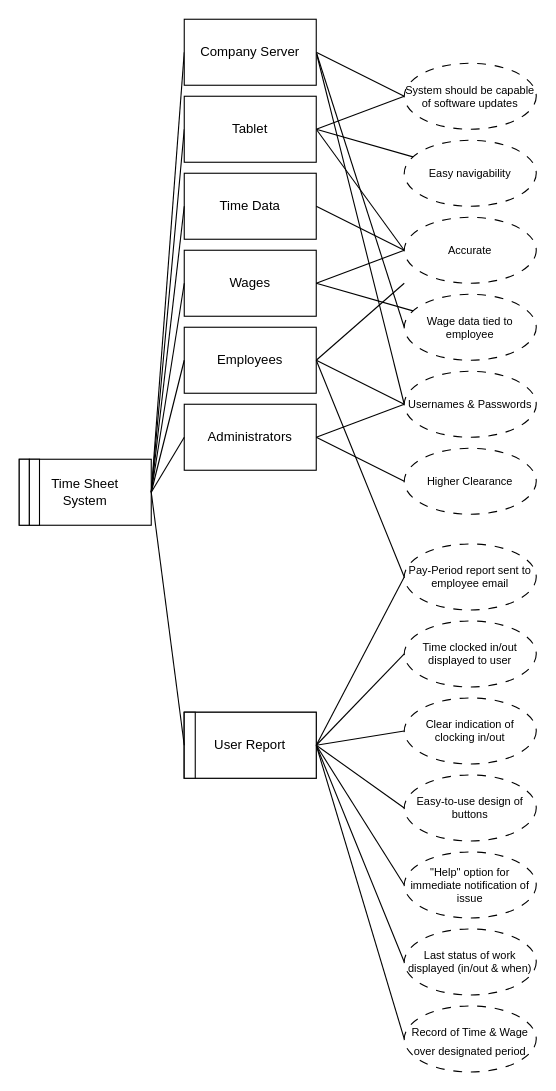
Above: Assignments/Problem Frame/Problem Frame.drawio in alexpeters25/CYBR-404 (draw.io), before the change. Source tidied: cells renumbered, new cells numbered last; positions are measured from the earlier drawing's top-left corner, leaving out a move shared by most shapes. Both pictures are drawn from the tidied source at 110%, with x=0, y=0 at pixel (19, 19).
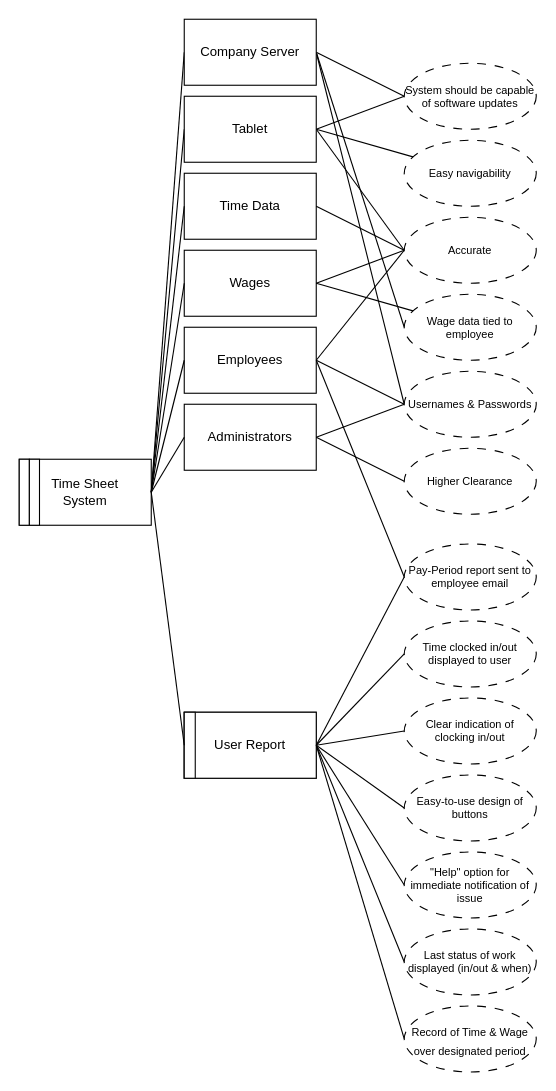
The same page after the edit.

Unchanged cells that the change refers to:
```xml
<mxCell id="10" value="Employees" style="rounded=0;whiteSpace=wrap;html=1;strokeColor=default;" parent="1" vertex="1">
  <mxGeometry x="150" y="280" width="120" height="60" as="geometry" />
</mxCell>
<mxCell id="38" value="Accurate" style="ellipse;whiteSpace=wrap;html=1;dashed=1;dashPattern=8 8;fontSize=10;strokeColor=default;" parent="1" vertex="1">
  <mxGeometry x="350" y="180" width="120" height="60" as="geometry" />
</mxCell>
```

Diff of the diagram source:
```diff
@@
-    <mxCell id="32" style="edgeStyle=none;shape=connector;rounded=0;jettySize=auto;html=1;entryX=1;entryY=0.5;entryDx=0;entryDy=0;strokeColor=default;align=center;verticalAlign=middle;fontFamily=Helvetica;fontSize=10;fontColor=default;labelBackgroundColor=default;endArrow=none;startFill=0;" parent="1" edge="1" target="10">
-      <mxGeometry relative="1" as="geometry">
-        <mxPoint x="350" y="240" as="sourcePoint" />
-      </mxGeometry>
+    <mxCell id="32" style="edgeStyle=none;shape=connector;rounded=0;jettySize=auto;html=1;entryX=1;entryY=0.5;entryDx=0;entryDy=0;strokeColor=default;align=center;verticalAlign=middle;fontFamily=Helvetica;fontSize=10;fontColor=default;labelBackgroundColor=default;endArrow=none;startFill=0;exitX=0;exitY=0.5;exitDx=0;exitDy=0;" parent="1" edge="1" source="38" target="10">
+      <mxGeometry relative="1" as="geometry" />
     </mxCell>
```
